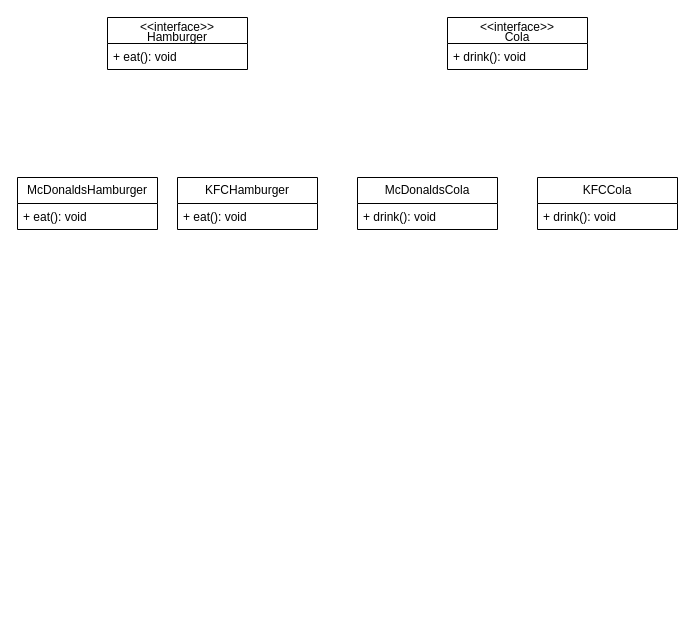
The draw.io diagram java-report3.drawio in Zhu-mu/DailyWork, before the edit. Source tidied: cells renumbered, new cells numbered last; positions are measured from the earlier drawing's top-left corner, leaving out a move shared by most shapes. Both pictures are drawn from the tidied source at 100%, with x=0, y=0 at pixel (17, 17).
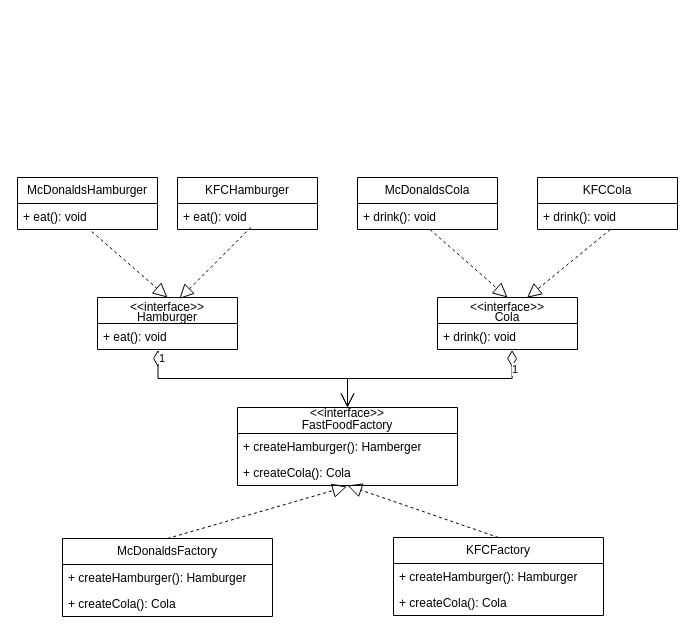
The same page after the edit.

Unchanged cells that the change refers to:
```xml
<mxCell id="3" value="+ eat(): void" style="text;strokeColor=none;fillColor=none;align=left;verticalAlign=top;spacingLeft=4;spacingRight=4;overflow=hidden;points=[[0,0.5],[1,0.5]];portConstraint=eastwest;whiteSpace=wrap;html=1;" parent="2" vertex="1">
  <mxGeometry y="26" width="140" height="26" as="geometry" />
</mxCell>
<mxCell id="5" value="+ drink(): void" style="text;strokeColor=none;fillColor=none;align=left;verticalAlign=top;spacingLeft=4;spacingRight=4;overflow=hidden;points=[[0,0.5],[1,0.5]];portConstraint=eastwest;whiteSpace=wrap;html=1;" parent="4" vertex="1">
  <mxGeometry y="26" width="140" height="26" as="geometry" />
</mxCell>
<mxCell id="7" value="+ eat(): void" style="text;strokeColor=none;fillColor=none;align=left;verticalAlign=top;spacingLeft=4;spacingRight=4;overflow=hidden;points=[[0,0.5],[1,0.5]];portConstraint=eastwest;whiteSpace=wrap;html=1;" parent="6" vertex="1">
  <mxGeometry y="26" width="140" height="26" as="geometry" />
</mxCell>
<mxCell id="9" value="+ eat(): void" style="text;strokeColor=none;fillColor=none;align=left;verticalAlign=top;spacingLeft=4;spacingRight=4;overflow=hidden;points=[[0,0.5],[1,0.5]];portConstraint=eastwest;whiteSpace=wrap;html=1;" parent="8" vertex="1">
  <mxGeometry y="26" width="140" height="26" as="geometry" />
</mxCell>
<mxCell id="11" value="+ drink(): void" style="text;strokeColor=none;fillColor=none;align=left;verticalAlign=top;spacingLeft=4;spacingRight=4;overflow=hidden;points=[[0,0.5],[1,0.5]];portConstraint=eastwest;whiteSpace=wrap;html=1;" parent="10" vertex="1">
  <mxGeometry y="26" width="140" height="26" as="geometry" />
</mxCell>
<mxCell id="13" value="+ drink(): void" style="text;strokeColor=none;fillColor=none;align=left;verticalAlign=top;spacingLeft=4;spacingRight=4;overflow=hidden;points=[[0,0.5],[1,0.5]];portConstraint=eastwest;whiteSpace=wrap;html=1;" parent="12" vertex="1">
  <mxGeometry y="26" width="140" height="26" as="geometry" />
</mxCell>
```

What changed in the source:
```diff
@@
     <mxCell id="2" value="&amp;lt;&amp;lt;interface&amp;gt;&amp;gt;&lt;div style=&quot;line-height: 50%;&quot;&gt;Hamburger&lt;/div&gt;" style="swimlane;fontStyle=0;horizontal=1;startSize=26;fillColor=none;whiteSpace=wrap;html=1;" parent="1" vertex="1">
-      <mxGeometry x="90" width="140" height="52" as="geometry" />
+      <mxGeometry x="80" y="280" width="140" height="52" as="geometry" />
     </mxCell>
@@
     <mxCell id="4" value="&amp;lt;&amp;lt;interface&amp;gt;&amp;gt;&lt;div style=&quot;line-height: 50%;&quot;&gt;Cola&lt;/div&gt;" style="swimlane;fontStyle=0;horizontal=1;startSize=26;fillColor=none;whiteSpace=wrap;html=1;" parent="1" vertex="1">
-      <mxGeometry x="430" width="140" height="52" as="geometry" />
+      <mxGeometry x="420" y="280" width="140" height="52" as="geometry" />
     </mxCell>
@@
+    <mxCell id="14" value="&lt;div style=&quot;line-height: 70%;&quot;&gt;&amp;lt;&amp;lt;interface&amp;gt;&amp;gt;&lt;/div&gt;FastFoodFactory" style="swimlane;fontStyle=0;horizontal=1;startSize=26;fillColor=none;whiteSpace=wrap;html=1;" parent="1" vertex="1">
+      <mxGeometry x="220" y="390" width="220" height="78" as="geometry" />
+    </mxCell>
+    <mxCell id="15" value="+ createHamburger(): Hamberger" style="text;strokeColor=none;fillColor=none;align=left;verticalAlign=top;spacingLeft=4;spacingRight=4;overflow=hidden;whiteSpace=wrap;html=1;" parent="14" vertex="1">
+      <mxGeometry y="26" width="220" height="26" as="geometry" />
+    </mxCell>
+    <mxCell id="16" value="+ createCola(): Cola" style="text;strokeColor=none;fillColor=none;align=left;verticalAlign=top;spacingLeft=4;spacingRight=4;overflow=hidden;points=[[0,0.5],[1,0.5]];portConstraint=eastwest;whiteSpace=wrap;html=1;" parent="14" vertex="1">
+      <mxGeometry y="52" width="220" height="26" as="geometry" />
+    </mxCell>
+    <mxCell id="17" value="McDonaldsFactory" style="swimlane;fontStyle=0;horizontal=1;startSize=26;fillColor=none;whiteSpace=wrap;html=1;" parent="1" vertex="1">
+      <mxGeometry x="45" y="521" width="210" height="78" as="geometry" />
+    </mxCell>
+    <mxCell id="18" value="+ createHamburger(): Hamburger" style="text;strokeColor=none;fillColor=none;align=left;verticalAlign=top;spacingLeft=4;spacingRight=4;overflow=hidden;whiteSpace=wrap;html=1;" parent="17" vertex="1">
+      <mxGeometry y="26" width="210" height="26" as="geometry" />
+    </mxCell>
+    <mxCell id="19" value="+ createCola(): Cola" style="text;strokeColor=none;fillColor=none;align=left;verticalAlign=top;spacingLeft=4;spacingRight=4;overflow=hidden;whiteSpace=wrap;html=1;" parent="17" vertex="1">
+      <mxGeometry y="52" width="210" height="26" as="geometry" />
+    </mxCell>
+    <mxCell id="20" value="KFCFactory" style="swimlane;fontStyle=0;horizontal=1;startSize=26;fillColor=none;whiteSpace=wrap;html=1;" parent="1" vertex="1">
+      <mxGeometry x="376" y="520" width="210" height="78" as="geometry" />
+    </mxCell>
+    <mxCell id="21" value="+ createHamburger(): Hamburger" style="text;strokeColor=none;fillColor=none;align=left;verticalAlign=top;spacingLeft=4;spacingRight=4;overflow=hidden;whiteSpace=wrap;html=1;" parent="20" vertex="1">
+      <mxGeometry y="26" width="210" height="26" as="geometry" />
+    </mxCell>
+    <mxCell id="22" value="+ createCola(): Cola" style="text;strokeColor=none;fillColor=none;align=left;verticalAlign=top;spacingLeft=4;spacingRight=4;overflow=hidden;whiteSpace=wrap;html=1;" parent="20" vertex="1">
+      <mxGeometry y="52" width="210" height="26" as="geometry" />
+    </mxCell>
+    <mxCell id="23" style="endArrow=block;dashed=1;endFill=0;endSize=12;html=1;rounded=0;entryX=0.5;entryY=0;entryDx=0;entryDy=0;exitX=0.531;exitY=1.082;exitDx=0;exitDy=0;exitPerimeter=0;" parent="1" edge="1" source="7" target="2">
+      <mxGeometry relative="1" as="geometry" />
+    </mxCell>
+    <mxCell id="24" style="endArrow=block;dashed=1;endFill=0;endSize=12;html=1;rounded=0;entryX=0.585;entryY=0.026;entryDx=0;entryDy=0;entryPerimeter=0;exitX=0.524;exitY=0.918;exitDx=0;exitDy=0;exitPerimeter=0;" parent="1" edge="1" source="9" target="2">
+      <mxGeometry relative="1" as="geometry" />
+    </mxCell>
+    <mxCell id="25" style="endArrow=block;dashed=1;endFill=0;endSize=12;html=1;rounded=0;entryX=0.5;entryY=0;entryDx=0;entryDy=0;exitX=0.518;exitY=1;exitDx=0;exitDy=0;exitPerimeter=0;" parent="1" edge="1" source="11" target="4">
+      <mxGeometry relative="1" as="geometry" />
+    </mxCell>
+    <mxCell id="26" style="endArrow=block;dashed=1;endFill=0;endSize=12;html=1;rounded=0;entryX=0.64;entryY=0.005;entryDx=0;entryDy=0;entryPerimeter=0;exitX=0.52;exitY=1;exitDx=0;exitDy=0;exitPerimeter=0;" parent="1" edge="1" source="13" target="4">
+      <mxGeometry relative="1" as="geometry" />
+    </mxCell>
+    <mxCell id="27" style="endArrow=block;dashed=1;endFill=0;endSize=12;html=1;rounded=0;entryX=0.497;entryY=1.041;entryDx=0;entryDy=0;entryPerimeter=0;exitX=0.5;exitY=0;exitDx=0;exitDy=0;" parent="1" edge="1" source="17" target="16">
+      <mxGeometry relative="1" as="geometry" />
+    </mxCell>
+    <mxCell id="28" style="endArrow=block;dashed=1;endFill=0;endSize=12;html=1;rounded=0;entryX=0.5;entryY=1;entryDx=0;entryDy=0;exitX=0.5;exitY=0;exitDx=0;exitDy=0;" parent="1" edge="1" source="20" target="14">
+      <mxGeometry relative="1" as="geometry" />
+    </mxCell>
+    <mxCell id="29" value="1" style="endArrow=open;html=1;endSize=12;startArrow=diamondThin;startSize=14;startFill=0;edgeStyle=orthogonalEdgeStyle;align=left;verticalAlign=bottom;rounded=0;exitX=0.432;exitY=1.021;exitDx=0;exitDy=0;exitPerimeter=0;entryX=0.5;entryY=0;entryDx=0;entryDy=0;" parent="1" edge="1" source="3" target="14">
+      <mxGeometry x="-0.86" relative="1" as="geometry" />
+    </mxCell>
+    <mxCell id="30" value="1" style="endArrow=open;html=1;endSize=12;startArrow=diamondThin;startSize=14;startFill=0;edgeStyle=orthogonalEdgeStyle;align=left;verticalAlign=bottom;rounded=0;exitX=0.533;exitY=1.021;exitDx=0;exitDy=0;exitPerimeter=0;entryX=0.5;entryY=0;entryDx=0;entryDy=0;" parent="1" edge="1" source="5" target="14">
+      <mxGeometry x="-0.74" relative="1" as="geometry">
+        <mxPoint x="-1" as="offset" />
+      </mxGeometry>
+    </mxCell>
```
